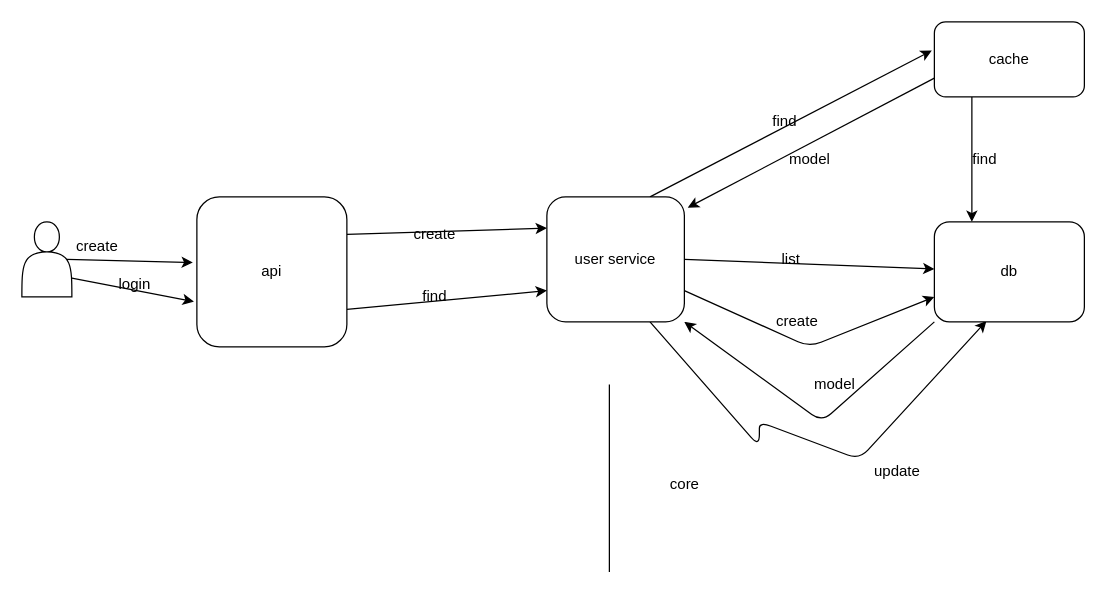
zuiyu1998/poem_up keeps this draw.io diagram as rfcs/drawio/user.drawio. Above is the earlier version. Source tidied: cells renumbered, new cells numbered last; positions are measured from the earlier drawing's top-left corner, leaving out a move shared by most shapes. Both pictures are drawn from the tidied source at 125%, with x=0, y=0 at pixel (21, 21).
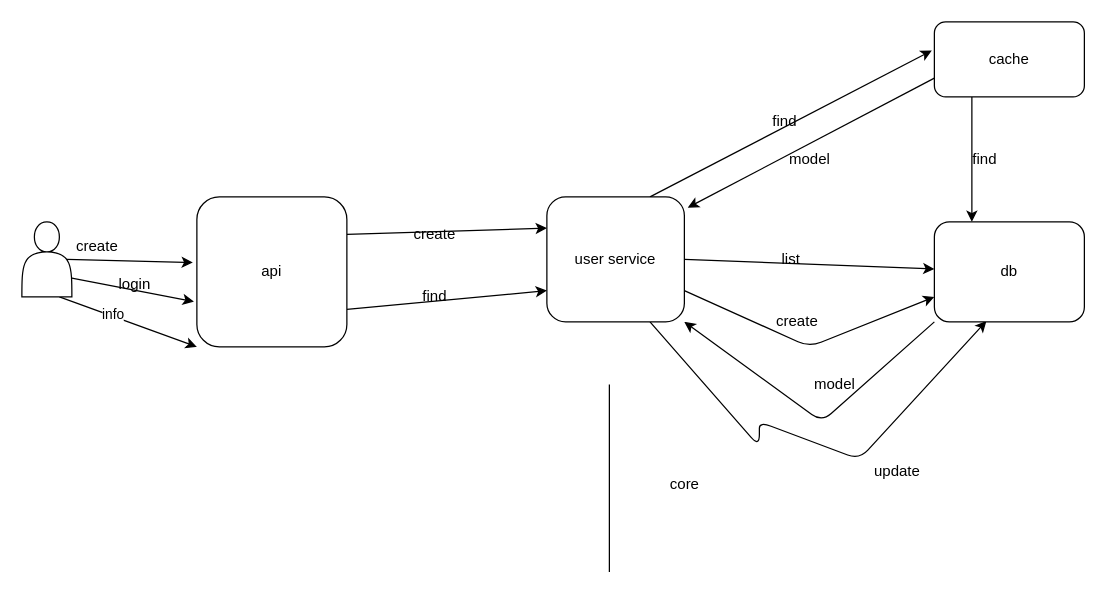
Above is the later version.

The change refers to these unchanged cells:
```xml
<mxCell id="4" style="shape=actor;whiteSpace=wrap;html=1;" parent="1" vertex="1">
  <mxGeometry y="160" width="40" height="60" as="geometry" />
</mxCell>
<mxCell id="17" value="api" style="rounded=1;whiteSpace=wrap;html=1;" parent="1" vertex="1">
  <mxGeometry x="140" y="140" width="120" height="120" as="geometry" />
</mxCell>
```

Diff of the diagram source:
```diff
@@
+    <mxCell id="31" style="edgeStyle=none;html=1;exitX=0.75;exitY=1;exitDx=0;exitDy=0;entryX=0;entryY=1;entryDx=0;entryDy=0;" parent="1" edge="1" source="4" target="17">
+      <mxGeometry relative="1" as="geometry" />
+    </mxCell>
+    <mxCell id="32" value="info" style="edgeLabel;html=1;align=center;verticalAlign=middle;" parent="31" vertex="1">
+      <mxGeometry x="-0.24" y="2" relative="1" as="geometry" />
+    </mxCell>
```
